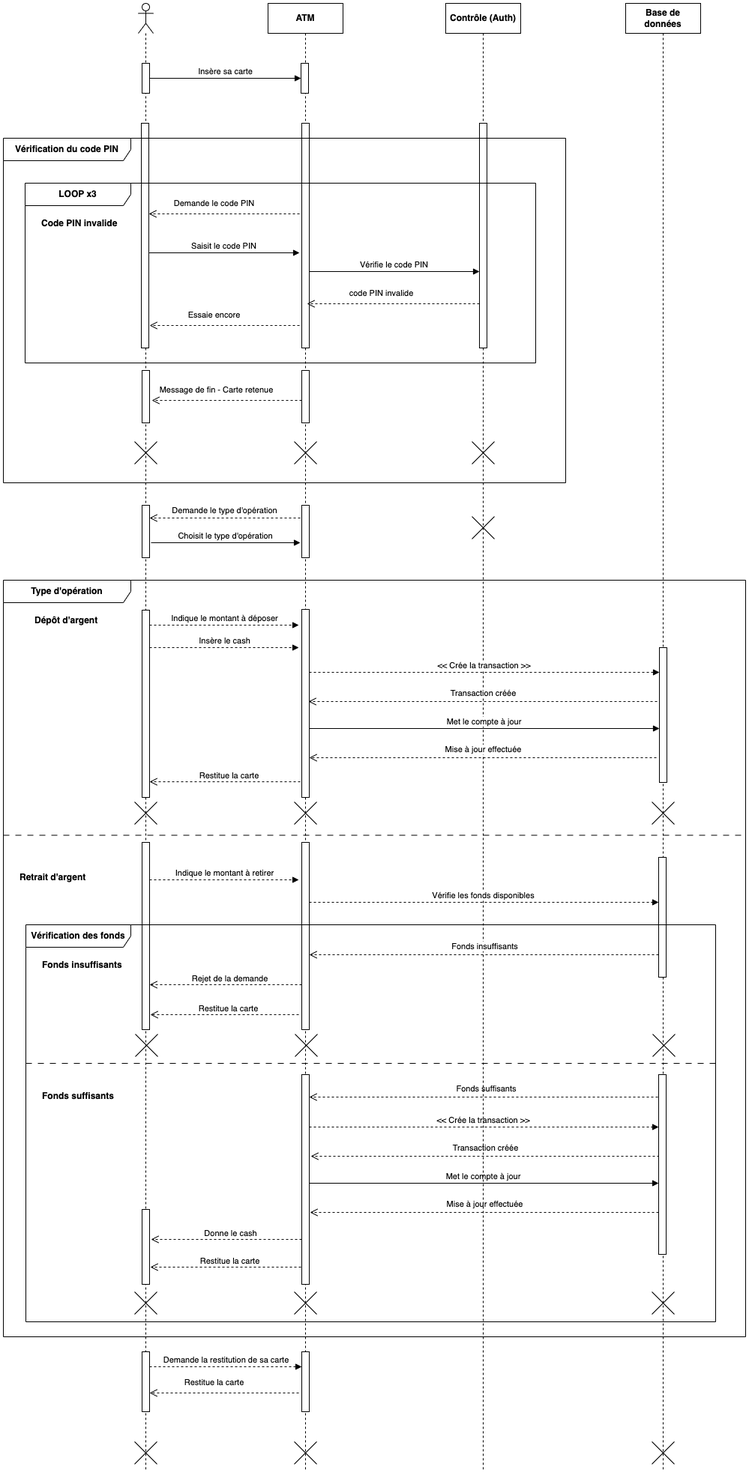
Earlier version of the draw.io export UML/Exercices/Correction/04a - Diagramme de Séquence - Diagramme.png (nicolasvauchenet/cours_methodologie_1_formateur). Source tidied: cells renumbered, new cells last; positions are measured from the earlier drawing's top-left corner, leaving out a move shared by most shapes.
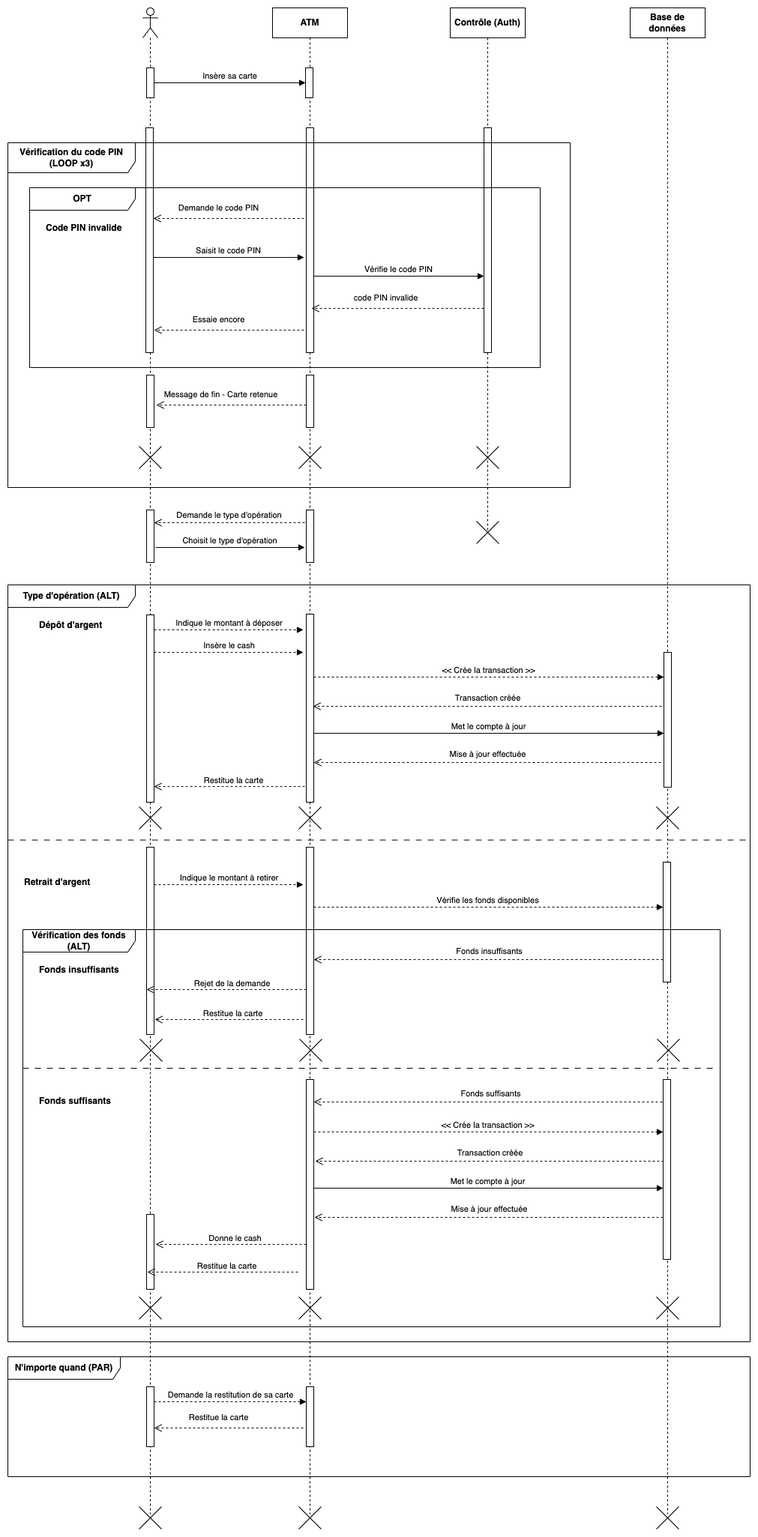
Above is the later version.

What changed in the source:
```diff
@@ -3,7 +3,7 @@
     <mxCell id="0" />
     <mxCell id="1" parent="0" />
     <mxCell id="2" style="shape=umlLifeline;perimeter=lifelinePerimeter;whiteSpace=wrap;html=1;newEdgeStyle={&quot;curved&quot;:0,&quot;rounded&quot;:0};participant=umlActor;" parent="1" vertex="1">
-      <mxGeometry x="180" width="20" height="1960" as="geometry" />
+      <mxGeometry x="180" width="20" height="2010" as="geometry" />
     </mxCell>
     <mxCell id="3" style="html=1;points=[[0,0,0,0,5],[0,1,0,0,-5],[1,0,0,0,5],[1,1,0,0,-5]];perimeter=orthogonalPerimeter;outlineConnect=0;targetShapes=umlLifeline;portConstraint=eastwest;newEdgeStyle={&quot;curved&quot;:0,&quot;rounded&quot;:0};" parent="2" vertex="1">
       <mxGeometry x="5" y="80" width="10" height="40" as="geometry" />
@@ -12,7 +12,7 @@
       <mxGeometry x="4" y="160" width="10" height="300" as="geometry" />
     </mxCell>
     <mxCell id="5" value="&lt;b&gt;ATM&lt;/b&gt;" style="shape=umlLifeline;perimeter=lifelinePerimeter;whiteSpace=wrap;html=1;newEdgeStyle={&quot;curved&quot;:0,&quot;rounded&quot;:0};" parent="1" vertex="1">
-      <mxGeometry x="353" width="100" height="1960" as="geometry" />
+      <mxGeometry x="353" width="100" height="2010" as="geometry" />
     </mxCell>
     <mxCell id="6" style="html=1;points=[[0,0,0,0,5],[0,1,0,0,-5],[1,0,0,0,5],[1,1,0,0,-5]];perimeter=orthogonalPerimeter;outlineConnect=0;targetShapes=umlLifeline;portConstraint=eastwest;newEdgeStyle={&quot;curved&quot;:0,&quot;rounded&quot;:0};" parent="5" vertex="1">
       <mxGeometry x="44" y="80" width="10" height="40" as="geometry" />
@@ -72,13 +72,13 @@
       </mxGeometry>
     </mxCell>
     <mxCell id="19" value="&lt;b&gt;Contrôle (Auth)&lt;/b&gt;" style="shape=umlLifeline;perimeter=lifelinePerimeter;whiteSpace=wrap;html=1;newEdgeStyle={&quot;curved&quot;:0,&quot;rounded&quot;:0};" parent="1" vertex="1">
-      <mxGeometry x="590" width="100" height="1960" as="geometry" />
+      <mxGeometry x="590" width="100" height="700" as="geometry" />
     </mxCell>
     <mxCell id="20" style="html=1;perimeter=orthogonalPerimeter;targetShapes=umlLifeline;newEdgeStyle={&quot;curved&quot;:0,&quot;rounded&quot;:0};" parent="19" vertex="1">
       <mxGeometry x="45" y="160" width="10" height="300" as="geometry" />
     </mxCell>
     <mxCell id="21" value="&lt;b&gt;Base de données&lt;/b&gt;" style="shape=umlLifeline;perimeter=lifelinePerimeter;whiteSpace=wrap;html=1;newEdgeStyle={&quot;curved&quot;:0,&quot;rounded&quot;:0};" parent="1" vertex="1">
-      <mxGeometry x="830" width="100" height="1960" as="geometry" />
+      <mxGeometry x="830" width="100" height="2010" as="geometry" />
     </mxCell>
     <mxCell id="22" style="html=1;perimeter=orthogonalPerimeter;targetShapes=umlLifeline;newEdgeStyle={&quot;curved&quot;:0,&quot;rounded&quot;:0};" parent="21" vertex="1">
       <mxGeometry x="45" y="860" width="10" height="180" as="geometry" />
@@ -101,7 +101,7 @@
         <mxPoint x="395" y="333" as="targetPoint" />
       </mxGeometry>
     </mxCell>
-    <mxCell id="27" value="&lt;b&gt;Vérification du code PIN&lt;/b&gt;" style="shape=umlFrame;whiteSpace=wrap;html=1;width=170;" parent="1" vertex="1">
+    <mxCell id="27" value="&lt;b&gt;Vérification du code PIN (LOOP x3)&lt;/b&gt;" style="shape=umlFrame;whiteSpace=wrap;html=1;width=170;height=40;" parent="1" vertex="1">
       <mxGeometry y="180" width="750" height="460" as="geometry" />
     </mxCell>
     <mxCell id="28" value="Vérifie le code PIN" style="html=1;verticalAlign=bottom;endArrow=block;curved=0;rounded=0;" parent="1" edge="1">
@@ -117,20 +117,20 @@
       </mxGeometry>
     </mxCell>
     <mxCell id="30" style="html=1;perimeter=orthogonalPerimeter;targetShapes=umlLifeline;newEdgeStyle={&quot;curved&quot;:0,&quot;rounded&quot;:0};" parent="1" vertex="1">
-      <mxGeometry x="185" y="1800" width="10" height="80" as="geometry" />
+      <mxGeometry x="185" y="1840" width="10" height="80" as="geometry" />
     </mxCell>
     <mxCell id="31" style="html=1;points=[[0,0,0,0,5],[0,1,0,0,-5],[1,0,0,0,5],[1,1,0,0,-5]];perimeter=orthogonalPerimeter;outlineConnect=0;targetShapes=umlLifeline;portConstraint=eastwest;newEdgeStyle={&quot;curved&quot;:0,&quot;rounded&quot;:0};" parent="1" vertex="1">
-      <mxGeometry x="398" y="1800" width="10" height="80" as="geometry" />
+      <mxGeometry x="398" y="1840" width="10" height="80" as="geometry" />
     </mxCell>
     <mxCell id="32" value="Demande la restitution de sa carte" style="html=1;verticalAlign=bottom;endArrow=block;curved=0;rounded=0;dashed=1;" parent="1" edge="1" target="31">
       <mxGeometry relative="1" as="geometry">
-        <mxPoint x="195" y="1820" as="sourcePoint" />
+        <mxPoint x="195" y="1860" as="sourcePoint" />
       </mxGeometry>
     </mxCell>
     <mxCell id="33" value="Restitue la carte" style="html=1;verticalAlign=bottom;endArrow=open;dashed=1;endSize=8;curved=0;rounded=0;exitX=0;exitY=1;exitDx=0;exitDy=-5;exitPerimeter=0;entryX=1;entryY=1;entryDx=0;entryDy=-5;entryPerimeter=0;" parent="1" edge="1">
       <mxGeometry x="0.14" y="-5" relative="1" as="geometry">
-        <mxPoint x="394" y="1855" as="sourcePoint" />
-        <mxPoint x="195" y="1855" as="targetPoint" />
+        <mxPoint x="394" y="1895" as="sourcePoint" />
+        <mxPoint x="195" y="1895" as="targetPoint" />
       </mxGeometry>
     </mxCell>
     <mxCell id="34" style="html=1;perimeter=orthogonalPerimeter;targetShapes=umlLifeline;newEdgeStyle={&quot;curved&quot;:0,&quot;rounded&quot;:0};" parent="1" vertex="1">
@@ -152,17 +152,17 @@
         <mxPoint x="195" y="687" as="targetPoint" />
       </mxGeometry>
     </mxCell>
-    <mxCell id="38" value="&lt;b&gt;Type d'opération&lt;/b&gt;" style="shape=umlFrame;whiteSpace=wrap;html=1;width=170;" parent="1" vertex="1">
+    <mxCell id="38" value="&lt;b&gt;Type d'opération (ALT)&lt;/b&gt;" style="shape=umlFrame;whiteSpace=wrap;html=1;width=170;" parent="1" vertex="1">
       <mxGeometry y="770" width="990" height="1010" as="geometry" />
     </mxCell>
     <mxCell id="39" style="shape=umlDestroy;html=1;" parent="1" vertex="1">
-      <mxGeometry x="175" y="1920" width="30" height="30" as="geometry" />
+      <mxGeometry x="175" y="2000" width="30" height="30" as="geometry" />
     </mxCell>
     <mxCell id="40" style="shape=umlDestroy;html=1;" parent="1" vertex="1">
-      <mxGeometry x="388" y="1920" width="30" height="30" as="geometry" />
+      <mxGeometry x="388" y="2000" width="30" height="30" as="geometry" />
     </mxCell>
     <mxCell id="41" style="shape=umlDestroy;html=1;" parent="1" vertex="1">
-      <mxGeometry x="865" y="1920" width="30" height="30" as="geometry" />
+      <mxGeometry x="865" y="2000" width="30" height="30" as="geometry" />
     </mxCell>
     <mxCell id="42" value="&amp;lt;&amp;lt; Crée la transaction &amp;gt;&amp;gt;" style="html=1;verticalAlign=bottom;endArrow=block;curved=0;rounded=0;dashed=1;" parent="1" edge="1" source="8">
       <mxGeometry relative="1" as="geometry">
@@ -216,7 +216,7 @@
         <mxPoint x="20" y="40" as="offset" />
       </mxGeometry>
     </mxCell>
-    <mxCell id="52" value="&lt;b&gt;LOOP x3&lt;/b&gt;" style="shape=umlFrame;whiteSpace=wrap;html=1;width=141;height=30;" parent="1" vertex="1">
+    <mxCell id="52" value="&lt;b&gt;OPT&lt;/b&gt;" style="shape=umlFrame;whiteSpace=wrap;html=1;width=141;height=30;" parent="1" vertex="1">
       <mxGeometry x="29" y="240" width="681" height="240" as="geometry" />
     </mxCell>
     <mxCell id="53" style="shape=umlDestroy;html=1;" parent="1" vertex="1">
@@ -295,8 +295,8 @@
         <mxPoint x="874" y="1200" as="targetPoint" />
       </mxGeometry>
     </mxCell>
-    <mxCell id="70" value="&lt;b&gt;Vérification des fonds&lt;/b&gt;" style="shape=umlFrame;whiteSpace=wrap;html=1;width=140;height=30;" parent="1" vertex="1">
-      <mxGeometry x="30" y="1230" width="920" height="530" as="geometry" />
+    <mxCell id="70" value="&lt;b&gt;Vérification des fonds (ALT)&lt;/b&gt;" style="shape=umlFrame;whiteSpace=wrap;html=1;width=150;height=30;" parent="1" vertex="1">
+      <mxGeometry x="20" y="1230" width="930" height="530" as="geometry" />
     </mxCell>
     <mxCell id="71" value="&lt;b&gt;Fonds insuffisants&lt;/b&gt;" style="text;html=1;" parent="70" vertex="1">
       <mxGeometry width="100" height="20" relative="1" as="geometry">
@@ -357,5 +357,8 @@
     <mxCell id="86" style="shape=umlDestroy;html=1;" parent="1" vertex="1">
       <mxGeometry x="625" y="685" width="30" height="30" as="geometry" />
     </mxCell>
+    <mxCell id="87" value="&lt;b&gt;N'importe quand (PAR)&lt;/b&gt;" style="shape=umlFrame;whiteSpace=wrap;html=1;width=150;height=30;" parent="1" vertex="1">
+      <mxGeometry y="1800" width="990" height="160" as="geometry" />
+    </mxCell>
   </root>
 </mxGraphModel>
```
